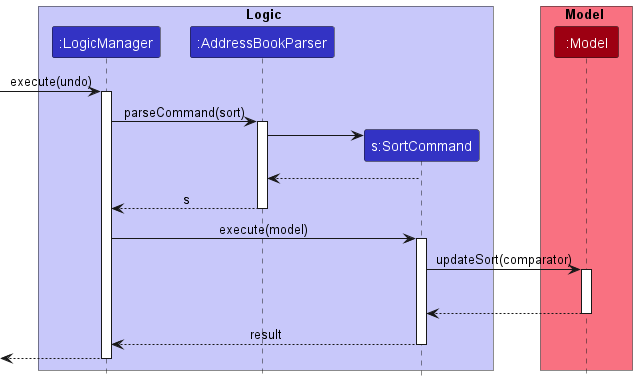
Earlier version of the PlantUML export docs/images/SortSequenceDiagram.png (nus-cs2103-AY2223S1/tp). Source of this version:
```plantuml
@startuml
!include style.puml

box Logic LOGIC_COLOR_T1
participant ":LogicManager" as LogicManager LOGIC_COLOR
participant ":AddressBookParser" as AddressBookParser LOGIC_COLOR
participant "s:SortCommand" as SortCommand LOGIC_COLOR
end box

box Model MODEL_COLOR_T1
participant ":Model" as Model MODEL_COLOR
end box
[-> LogicManager : execute(undo)
activate LogicManager

LogicManager -> AddressBookParser : parseCommand(sort)
activate AddressBookParser

create SortCommand
AddressBookParser -> SortCommand

SortCommand --> AddressBookParser
deactivate SortCommand

AddressBookParser --> LogicManager : s
deactivate AddressBookParser

LogicManager -> SortCommand : execute(model)
activate SortCommand

SortCommand -> Model : updateSort(comparator)
activate Model
SortCommand -[hidden]-> LogicManager : void
Model --> SortCommand
deactivate Model

SortCommand --> LogicManager : result
deactivate SortCommand

[<--LogicManager
deactivate LogicManager
@enduml
```
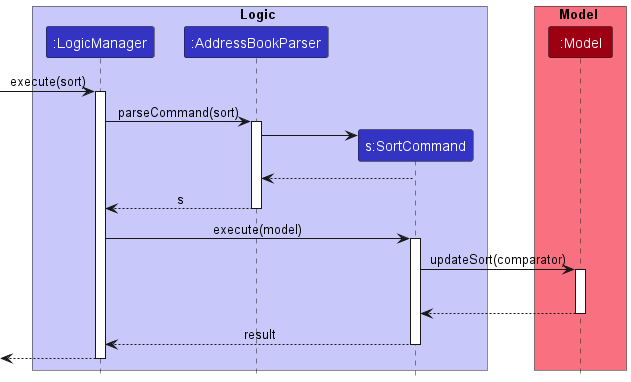
Later version of the same file.

Change to the diagram source:
```diff
@@ -10,7 +10,7 @@
 box Model MODEL_COLOR_T1
 participant ":Model" as Model MODEL_COLOR
 end box
-[-> LogicManager : execute(undo)
+[-> LogicManager : execute(sort)
 activate LogicManager
 
 LogicManager -> AddressBookParser : parseCommand(sort)
```
